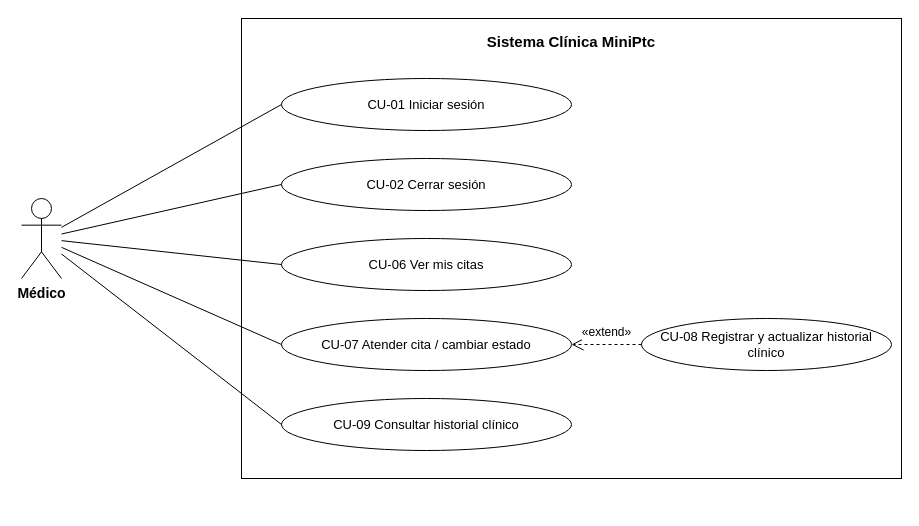
Before: page "Casos de uso - Médico" (3 of 5) of ClinicaMiniPtc/Documentacion/Diagramas_ClinicaMiniPtc.drawio in lefusotf/mini-ptc, a draw.io diagram. Source tidied: cells renumbered, new cells numbered last; positions are measured from the earlier drawing's top-left corner, leaving out a move shared by most shapes. Both pictures are drawn from the tidied source at 100%, with x=0, y=0 at pixel (21, 18).
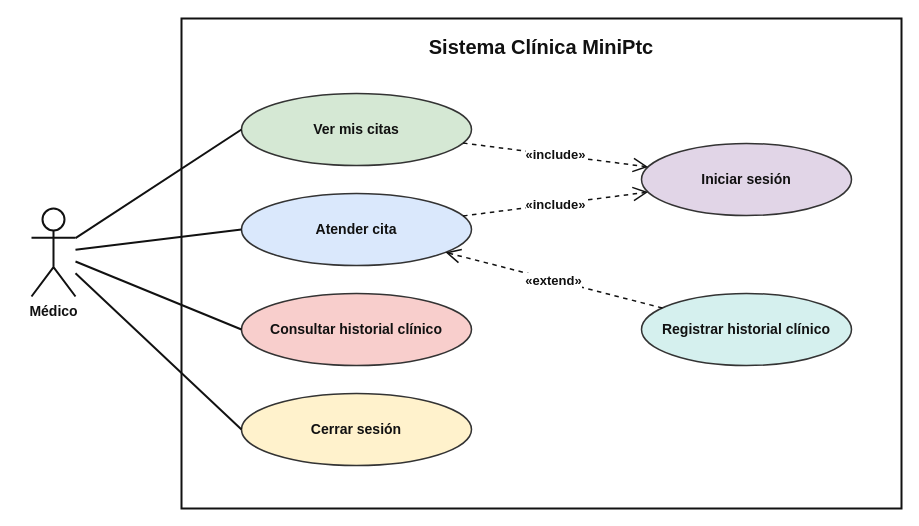
After the change.

Commit message (it also covers changes not shown here):
Casos de uso en draw.io con el estilo del ejemplo (colores e include/extend)

Diff of the diagram source:
```diff
@@
 <mxGraphModel>
   <root>
     <mxCell id="0" />
     <mxCell id="1" parent="0" />
-    <mxCell id="2" value="Sistema Clínica MiniPtc" style="rounded=0;whiteSpace=wrap;html=1;verticalAlign=top;fontStyle=1;fontSize=15;spacingTop=8;strokeColor=#000000;fontColor=#000000;fillColor=#FFFFFF;" parent="1" vertex="1">
-      <mxGeometry x="220" width="660" height="460" as="geometry" />
+    <mxCell id="2" value="Sistema Clínica MiniPtc" style="rounded=0;whiteSpace=wrap;html=1;verticalAlign=top;fontStyle=1;fontSize=20;spacingTop=10;strokeColor=#111111;strokeWidth=2;fillColor=#FFFFFF;fontColor=#111111;" parent="1" vertex="1">
+      <mxGeometry x="160" width="720" height="490" as="geometry" />
     </mxCell>
-    <mxCell id="3" value="Médico" style="shape=umlActor;verticalLabelPosition=bottom;verticalAlign=top;html=1;outlineConnect=0;fontStyle=1;fontSize=14;strokeColor=#000000;fontColor=#000000;fillColor=#FFFFFF;" parent="1" vertex="1">
-      <mxGeometry y="180" width="40" height="80" as="geometry" />
+    <mxCell id="3" value="Médico" style="shape=umlActor;verticalLabelPosition=bottom;verticalAlign=top;html=1;outlineConnect=0;fontStyle=1;fontSize=14;strokeColor=#111111;strokeWidth=2;fillColor=#FFFFFF;fontColor=#111111;" parent="1" vertex="1">
+      <mxGeometry x="10" y="190" width="44" height="88" as="geometry" />
     </mxCell>
-    <mxCell id="4" value="CU-01 Iniciar sesión" style="ellipse;shape=ellipse;perimeter=ellipsePerimeter;whiteSpace=wrap;html=1;fontSize=13;strokeColor=#000000;fontColor=#000000;fillColor=#FFFFFF;" parent="1" vertex="1">
-      <mxGeometry x="260" y="60" width="290" height="52" as="geometry" />
-    </mxCell>
-    <mxCell id="5" style="endArrow=none;html=1;strokeColor=#000000;entryX=0;entryY=0.5;entryDx=0;entryDy=0;" parent="1" edge="1" source="3" target="4">
-      <mxGeometry relative="1" as="geometry" />
-    </mxCell>
-    <mxCell id="6" value="CU-02 Cerrar sesión" style="ellipse;shape=ellipse;perimeter=ellipsePerimeter;whiteSpace=wrap;html=1;fontSize=13;strokeColor=#000000;fontColor=#000000;fillColor=#FFFFFF;" parent="1" vertex="1">
-      <mxGeometry x="260" y="140" width="290" height="52" as="geometry" />
-    </mxCell>
-    <mxCell id="7" style="endArrow=none;html=1;strokeColor=#000000;entryX=0;entryY=0.5;entryDx=0;entryDy=0;" parent="1" edge="1" source="3" target="6">
-      <mxGeometry relative="1" as="geometry" />
-    </mxCell>
-    <mxCell id="8" value="CU-06 Ver mis citas" style="ellipse;shape=ellipse;perimeter=ellipsePerimeter;whiteSpace=wrap;html=1;fontSize=13;strokeColor=#000000;fontColor=#000000;fillColor=#FFFFFF;" parent="1" vertex="1">
-      <mxGeometry x="260" y="220" width="290" height="52" as="geometry" />
-    </mxCell>
-    <mxCell id="9" style="endArrow=none;html=1;strokeColor=#000000;entryX=0;entryY=0.5;entryDx=0;entryDy=0;" parent="1" edge="1" source="3" target="8">
-      <mxGeometry relative="1" as="geometry" />
-    </mxCell>
-    <mxCell id="10" value="CU-07 Atender cita / cambiar estado" style="ellipse;shape=ellipse;perimeter=ellipsePerimeter;whiteSpace=wrap;html=1;fontSize=13;strokeColor=#000000;fontColor=#000000;fillColor=#FFFFFF;" parent="1" vertex="1">
-      <mxGeometry x="260" y="300" width="290" height="52" as="geometry" />
-    </mxCell>
-    <mxCell id="11" style="endArrow=none;html=1;strokeColor=#000000;entryX=0;entryY=0.5;entryDx=0;entryDy=0;" parent="1" edge="1" source="3" target="10">
-      <mxGeometry relative="1" as="geometry" />
-    </mxCell>
-    <mxCell id="12" value="CU-09 Consultar historial clínico" style="ellipse;shape=ellipse;perimeter=ellipsePerimeter;whiteSpace=wrap;html=1;fontSize=13;strokeColor=#000000;fontColor=#000000;fillColor=#FFFFFF;" parent="1" vertex="1">
-      <mxGeometry x="260" y="380" width="290" height="52" as="geometry" />
-    </mxCell>
-    <mxCell id="13" style="endArrow=none;html=1;strokeColor=#000000;entryX=0;entryY=0.5;entryDx=0;entryDy=0;" parent="1" edge="1" source="3" target="12">
-      <mxGeometry relative="1" as="geometry" />
-    </mxCell>
-    <mxCell id="14" value="CU-08 Registrar y actualizar historial clínico" style="ellipse;shape=ellipse;perimeter=ellipsePerimeter;whiteSpace=wrap;html=1;fontSize=13;strokeColor=#000000;fontColor=#000000;fillColor=#FFFFFF;" parent="1" vertex="1">
-      <mxGeometry x="620" y="300" width="250" height="52" as="geometry" />
-    </mxCell>
+    <mxCell id="16" value="Ver mis citas" style="ellipse;shape=ellipse;perimeter=ellipsePerimeter;whiteSpace=wrap;html=1;fontSize=14;fontStyle=1;strokeColor=#333333;strokeWidth=1.5;fontColor=#111111;fillColor=#D5E8D4;" parent="1" vertex="1">
+      <mxGeometry x="220" y="75" width="230" height="72" as="geometry" />
+    </mxCell>
+    <mxCell id="17" style="endArrow=none;html=1;strokeColor=#111111;strokeWidth=2;entryX=0;entryY=0.5;entryDx=0;entryDy=0;" parent="1" edge="1" source="3" target="16">
+      <mxGeometry relative="1" as="geometry" />
+    </mxCell>
+    <mxCell id="18" value="Atender cita" style="ellipse;shape=ellipse;perimeter=ellipsePerimeter;whiteSpace=wrap;html=1;fontSize=14;fontStyle=1;strokeColor=#333333;strokeWidth=1.5;fontColor=#111111;fillColor=#DAE8FC;" parent="1" vertex="1">
+      <mxGeometry x="220" y="175" width="230" height="72" as="geometry" />
+    </mxCell>
+    <mxCell id="19" style="endArrow=none;html=1;strokeColor=#111111;strokeWidth=2;entryX=0;entryY=0.5;entryDx=0;entryDy=0;" parent="1" edge="1" source="3" target="18">
+      <mxGeometry relative="1" as="geometry" />
+    </mxCell>
+    <mxCell id="20" value="Consultar historial clínico" style="ellipse;shape=ellipse;perimeter=ellipsePerimeter;whiteSpace=wrap;html=1;fontSize=14;fontStyle=1;strokeColor=#333333;strokeWidth=1.5;fontColor=#111111;fillColor=#F8CECC;" parent="1" vertex="1">
+      <mxGeometry x="220" y="275" width="230" height="72" as="geometry" />
+    </mxCell>
+    <mxCell id="21" style="endArrow=none;html=1;strokeColor=#111111;strokeWidth=2;entryX=0;entryY=0.5;entryDx=0;entryDy=0;" parent="1" edge="1" source="3" target="20">
+      <mxGeometry relative="1" as="geometry" />
+    </mxCell>
+    <mxCell id="22" value="Cerrar sesión" style="ellipse;shape=ellipse;perimeter=ellipsePerimeter;whiteSpace=wrap;html=1;fontSize=14;fontStyle=1;strokeColor=#333333;strokeWidth=1.5;fontColor=#111111;fillColor=#FFF2CC;" parent="1" vertex="1">
+      <mxGeometry x="220" y="375" width="230" height="72" as="geometry" />
+    </mxCell>
+    <mxCell id="23" style="endArrow=none;html=1;strokeColor=#111111;strokeWidth=2;entryX=0;entryY=0.5;entryDx=0;entryDy=0;" parent="1" edge="1" source="3" target="22">
+      <mxGeometry relative="1" as="geometry" />
+    </mxCell>
+    <mxCell id="24" value="Iniciar sesión" style="ellipse;shape=ellipse;perimeter=ellipsePerimeter;whiteSpace=wrap;html=1;fontSize=14;fontStyle=1;strokeColor=#333333;strokeWidth=1.5;fontColor=#111111;fillColor=#E1D5E7;" parent="1" vertex="1">
+      <mxGeometry x="620" y="125" width="210" height="72" as="geometry" />
+    </mxCell>
+    <mxCell id="25" value="Registrar historial clínico" style="ellipse;shape=ellipse;perimeter=ellipsePerimeter;whiteSpace=wrap;html=1;fontSize=14;fontStyle=1;strokeColor=#333333;strokeWidth=1.5;fontColor=#111111;fillColor=#D5F0EE;" parent="1" vertex="1">
+      <mxGeometry x="620" y="275" width="210" height="72" as="geometry" />
+    </mxCell>
-    <mxCell id="15" value="«extend»" style="endArrow=open;dashed=1;html=1;endFill=0;endSize=10;strokeColor=#000000;fontColor=#000000;fontSize=12;labelBackgroundColor=#FFFFFF;" parent="1" edge="1" source="14" target="10">
-      <mxGeometry relative="1" as="geometry">
-        <mxPoint y="-12" as="offset" />
-      </mxGeometry>
+    <mxCell id="15" value="«include»" style="endArrow=open;dashed=1;html=1;endFill=0;endSize=12;strokeColor=#111111;strokeWidth=1.5;fontColor=#111111;fontSize=13;fontStyle=1;labelBackgroundColor=#FFFFFF;" parent="1" edge="1" source="16" target="24">
+      <mxGeometry relative="1" as="geometry" />
     </mxCell>
+    <mxCell id="26" value="«include»" style="endArrow=open;dashed=1;html=1;endFill=0;endSize=12;strokeColor=#111111;strokeWidth=1.5;fontColor=#111111;fontSize=13;fontStyle=1;labelBackgroundColor=#FFFFFF;" parent="1" edge="1" source="18" target="24">
+      <mxGeometry relative="1" as="geometry" />
+    </mxCell>
+    <mxCell id="27" value="«extend»" style="endArrow=open;dashed=1;html=1;endFill=0;endSize=12;strokeColor=#111111;strokeWidth=1.5;fontColor=#111111;fontSize=13;fontStyle=1;labelBackgroundColor=#FFFFFF;" parent="1" edge="1" source="25" target="18">
+      <mxGeometry relative="1" as="geometry" />
+    </mxCell>
   </root>
 </mxGraphModel>
```
